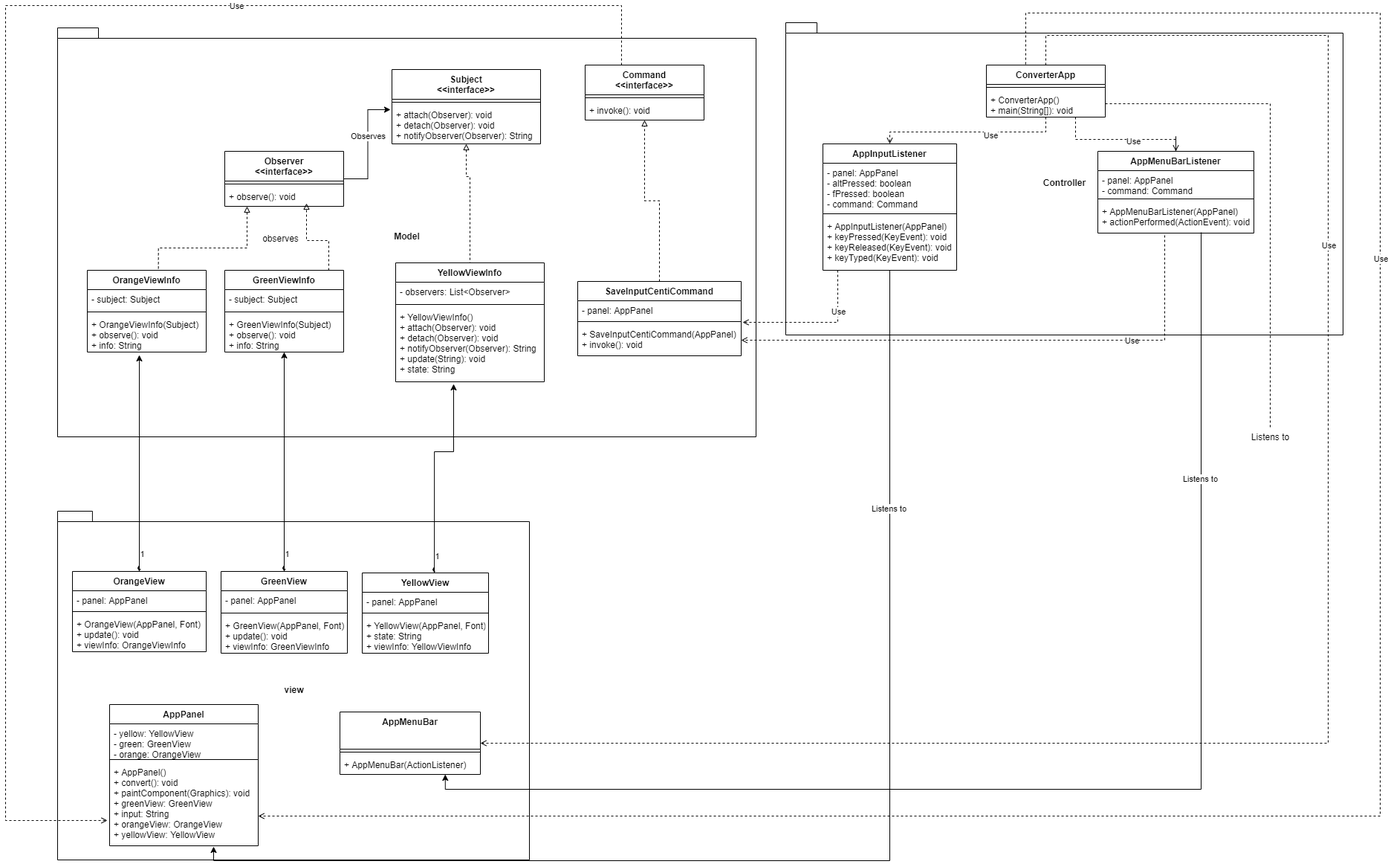
This is UML.png from Kashyap5551/TheConverterProject, a draw.io export, as it was before one commit. Source tidied: cells renumbered, new cells last; positions are measured from the earlier drawing's top-left corner, leaving out a move shared by most shapes.
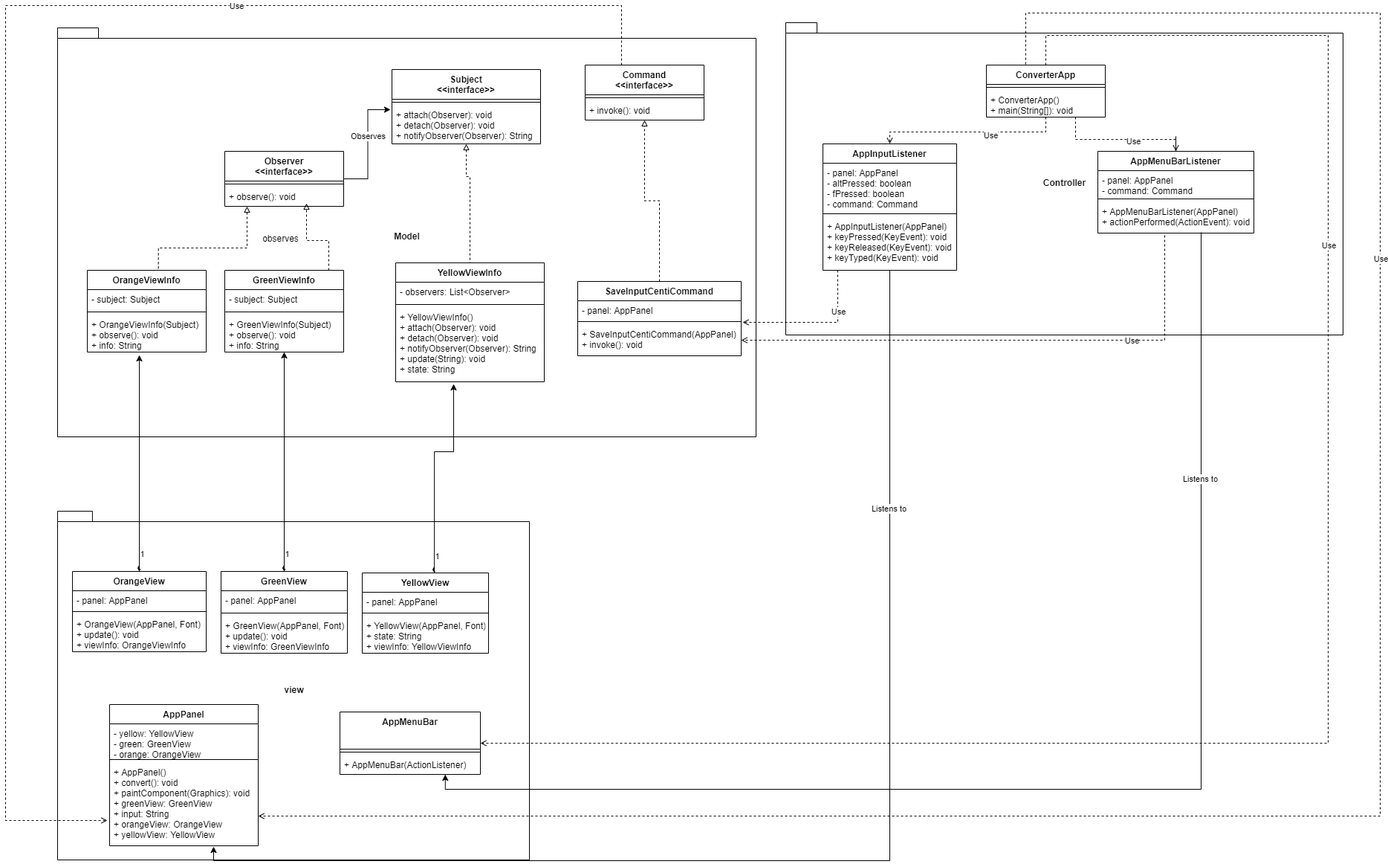
After the commit.

What changed in the source:
```diff
@@ -253,12 +253,6 @@
         </Array>
       </mxGeometry>
     </mxCell>
-    <mxCell id="74" value="Listens to" style="text;html=1;align=center;verticalAlign=middle;points=[];strokeColor=none;fillColor=none;" parent="1" vertex="1">
-      <mxGeometry x="1667" y="570" width="70" height="20" as="geometry" />
-    </mxCell>
-    <mxCell id="75" style="edgeStyle=orthogonalEdgeStyle;rounded=0;jettySize=auto;html=1;dashed=1;endArrow=none;endFill=0;entryX=0.5;entryY=0;entryDx=0;entryDy=0;" parent="1" edge="1" source="29" target="74">
-      <mxGeometry relative="1" as="geometry" />
-    </mxCell>
     <mxCell id="76" value="YellowView" style="swimlane;fontStyle=1;align=center;verticalAlign=top;horizontal=1;startSize=26;" parent="1" vertex="1">
       <mxGeometry x="480" y="763" width="170" height="108" as="geometry" />
     </mxCell>
```
